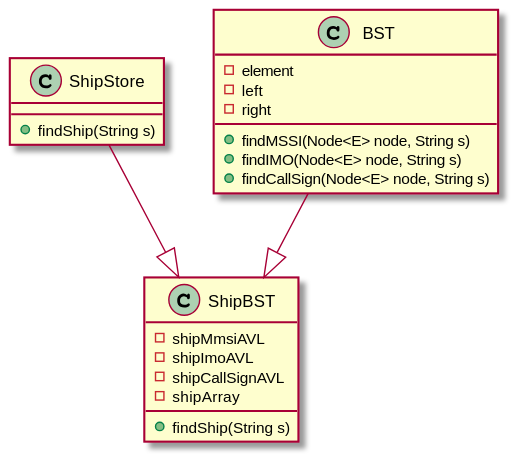
This is docs/Sprint 1/US102/CD_US102.svg from jsmarques98/LAPR3-ISEP, a PlantUML export, as it was before one commit. The source it was exported from:
```plantuml
@startuml

class ShipStore{
    +findShip(String s)
}
class ShipBST{
    -shipMmsiAVL
    -shipImoAVL
    -shipCallSignAVL
    -shipArray
    +findShip(String s)
}
class BST{
    -element
    -left
    -right
    +findMSSI(Node<E> node, String s)
    +findIMO(Node<E> node, String s)
    +findCallSign(Node<E> node, String s)
}

BST--|>ShipBST
ShipStore--|>ShipBST

@enduml
```
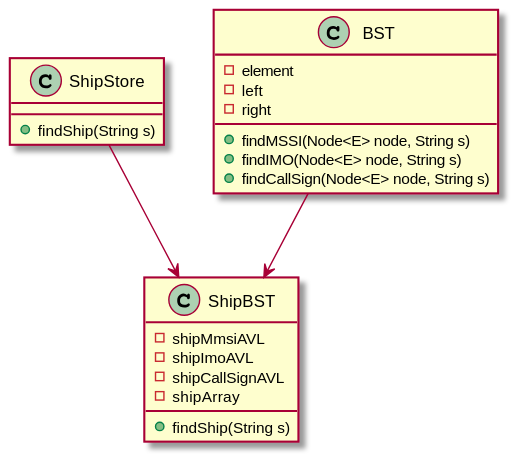
The same diagram one commit later.

The edit, as a diff of the source:
```diff
@@ -19,7 +19,8 @@
     +findCallSign(Node<E> node, String s)
 }
 
-BST--|>ShipBST
-ShipStore--|>ShipBST
+BST-->ShipBST
+ShipStore-->ShipBST
+
 
 @enduml
```
